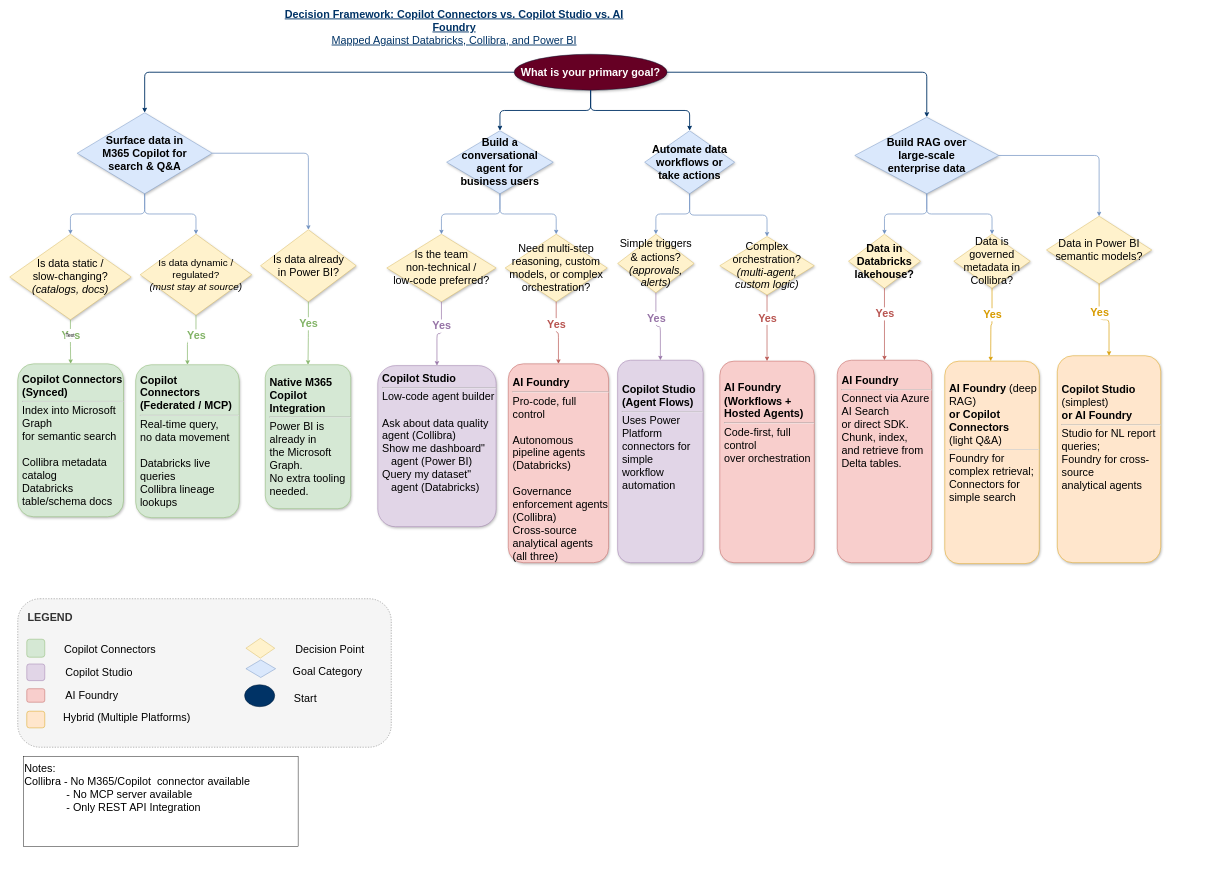
Earlier version of the draw.io diagram Hershey_AIAgent_Decision_Framework.drawio (ashokdcosta/diagrams). Source tidied: cells renumbered, new cells numbered last; positions are measured from the earlier drawing's top-left corner, leaving out a move shared by most shapes. Both pictures are drawn from the tidied source at 45%, with x=0, y=0 at pixel (9, 14).
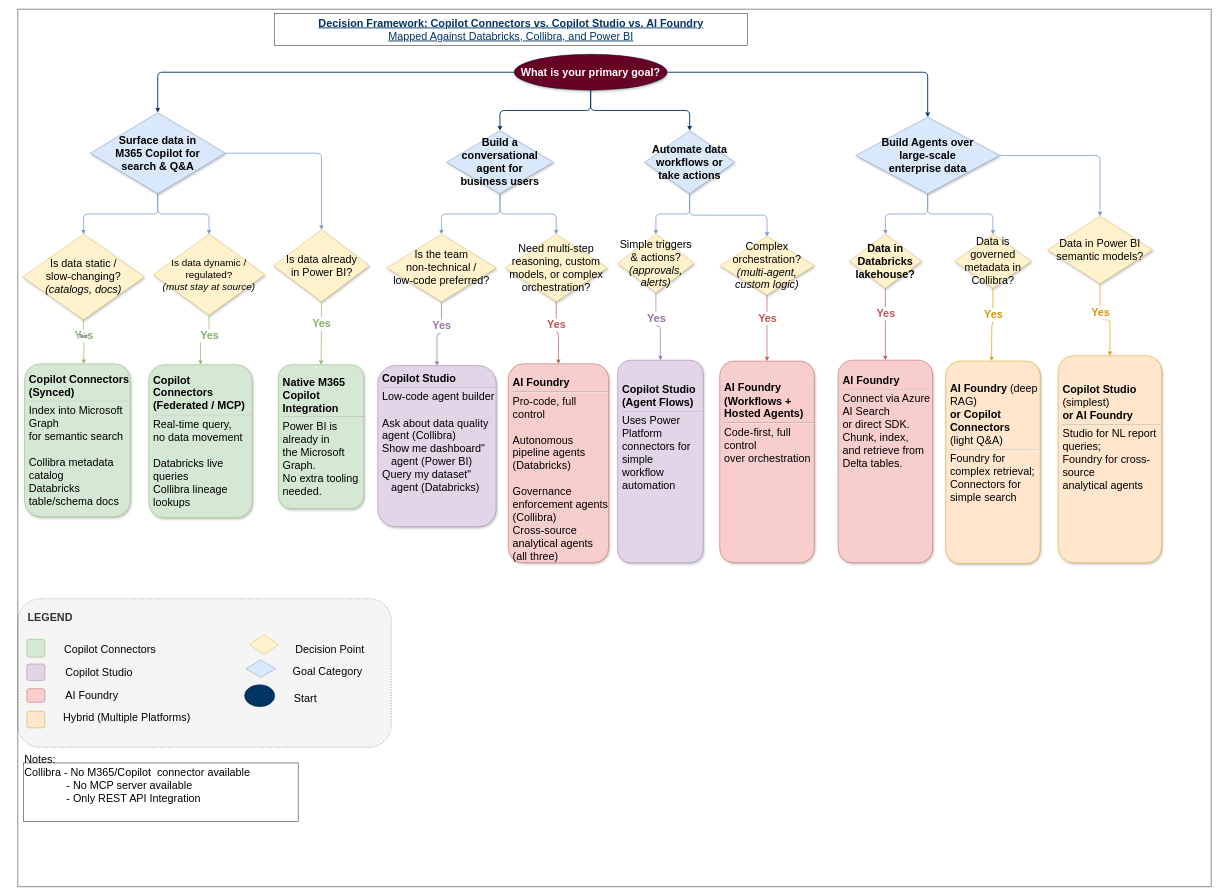
The same page after the edit.

Diff of the diagram source:
```diff
@@
-    <mxCell id="2" value="&lt;font style=&quot;font-size: 24px;&quot;&gt;&lt;u&gt;&lt;b&gt;Decision Framework: Copilot Connectors vs. Copilot Studio vs. AI Foundry&lt;/b&gt;&lt;br&gt;Mapped Against Databricks, Collibra, and Power BI&lt;/u&gt;&lt;/font&gt;" style="text;html=1;align=center;verticalAlign=middle;whiteSpace=wrap;fontSize=18;fontColor=#003366;" parent="1" vertex="1">
-      <mxGeometry x="588" width="800" height="60" as="geometry" />
+    <mxCell id="2" value="&lt;font style=&quot;font-size: 24px;&quot;&gt;&lt;u&gt;&lt;b&gt;Decision Framework: Copilot Connectors vs. Copilot Studio vs. AI Foundry&lt;/b&gt;&lt;br&gt;Mapped Against Databricks, Collibra, and Power BI&lt;/u&gt;&lt;/font&gt;" style="text;html=1;align=center;verticalAlign=middle;whiteSpace=wrap;fontSize=18;fontColor=#003366;strokeColor=default;" parent="1" vertex="1">
+      <mxGeometry x="588" width="1052" height="70" as="geometry" />
     </mxCell>
@@
     <mxCell id="4" value="&lt;b&gt;&lt;font style=&quot;font-size: 24px;&quot;&gt;Surface data in&lt;br&gt;M365 Copilot for&lt;br&gt;search &amp;amp; Q&amp;amp;A&lt;/font&gt;&lt;/b&gt;" style="rhombus;whiteSpace=wrap;html=1;fillColor=#DAE8FC;strokeColor=#6C8EBF;fontSize=11;shadow=1;" parent="1" vertex="1">
-      <mxGeometry x="150" y="220" width="300" height="180" as="geometry" />
+      <mxGeometry x="179" y="220" width="300" height="180" as="geometry" />
     </mxCell>
@@
-    <mxCell id="10" value="&lt;b&gt;&lt;font style=&quot;font-size: 24px;&quot;&gt;Build RAG over&lt;br&gt;large-scale&lt;br&gt;enterprise data&lt;/font&gt;&lt;/b&gt;" style="rhombus;whiteSpace=wrap;html=1;fillColor=#DAE8FC;strokeColor=#6C8EBF;fontSize=11;shadow=1;" parent="1" vertex="1">
-      <mxGeometry x="1878" y="230" width="320" height="170" as="geometry" />
+    <mxCell id="10" value="&lt;b&gt;&lt;font style=&quot;font-size: 24px;&quot;&gt;Build Agents over&lt;br&gt;large-scale&lt;br&gt;enterprise data&lt;/font&gt;&lt;/b&gt;" style="rhombus;whiteSpace=wrap;html=1;fillColor=#DAE8FC;strokeColor=#6C8EBF;fontSize=11;shadow=1;" parent="1" vertex="1">
+      <mxGeometry x="1880" y="230" width="320" height="170" as="geometry" />
     </mxCell>
@@
     <mxCell id="12" value="&lt;font style=&quot;font-size: 24px;&quot;&gt;Is data static /&lt;br&gt;slow-changing?&lt;br&gt;&lt;i style=&quot;&quot;&gt;(catalogs, docs)&lt;/i&gt;&lt;/font&gt;" style="rhombus;whiteSpace=wrap;html=1;fillColor=#FFF2CC;strokeColor=#D6B656;fontSize=10;shadow=1;" parent="1" vertex="1">
-      <mxGeometry y="490" width="270" height="190" as="geometry" />
+      <mxGeometry x="29" y="490" width="270" height="190" as="geometry" />
     </mxCell>
@@
     <mxCell id="14" value="&lt;font style=&quot;font-size: 22px;&quot;&gt;Is data dynamic /&lt;br&gt;regulated?&lt;br&gt;&lt;i style=&quot;&quot;&gt;(must stay at source)&lt;/i&gt;&lt;/font&gt;" style="rhombus;whiteSpace=wrap;html=1;fillColor=#FFF2CC;strokeColor=#D6B656;fontSize=10;shadow=1;" parent="1" vertex="1">
-      <mxGeometry x="290" y="490" width="248" height="180" as="geometry" />
+      <mxGeometry x="319" y="490" width="248" height="180" as="geometry" />
     </mxCell>
@@
     <mxCell id="16" value="&lt;font style=&quot;font-size: 24px;&quot;&gt;Is data already&lt;br&gt;in Power BI?&lt;/font&gt;" style="rhombus;whiteSpace=wrap;html=1;fillColor=#FFF2CC;strokeColor=#D6B656;fontSize=10;shadow=1;" parent="1" vertex="1">
-      <mxGeometry x="557.5" y="480" width="212.5" height="160" as="geometry" />
+      <mxGeometry x="586.5" y="480" width="212.5" height="160" as="geometry" />
     </mxCell>
@@
     <mxCell id="18" value="&lt;b&gt;&lt;font style=&quot;font-size: 24px;&quot;&gt;Copilot Connectors&lt;br&gt;(Synced)&lt;/font&gt;&lt;/b&gt;&lt;hr&gt;&lt;font style=&quot;font-size: 24px;&quot;&gt;Index into Microsoft Graph&lt;br&gt;for semantic search&lt;br&gt;&lt;br&gt;Collibra metadata catalog&lt;br&gt;Databricks table/schema docs&lt;/font&gt;" style="rounded=1;whiteSpace=wrap;html=1;fillColor=#D5E8D4;strokeColor=#82B366;fontSize=10;shadow=1;align=left;spacingLeft=8;" parent="1" vertex="1">
-      <mxGeometry x="18" y="778" width="235" height="340" as="geometry" />
+      <mxGeometry x="33" y="778" width="235" height="340" as="geometry" />
     </mxCell>
-    <mxCell id="19" style="edgeStyle=orthogonalEdgeStyle;rounded=1;jettySize=auto;html=1;strokeWidth=1.5;strokeColor=#82B366;" parent="1" edge="1" source="12" target="18">
-      <mxGeometry relative="1" as="geometry" />
+    <mxCell id="19" style="edgeStyle=orthogonalEdgeStyle;rounded=1;jettySize=auto;html=1;strokeWidth=1.5;strokeColor=#82B366;" parent="1" edge="1" source="12">
+      <mxGeometry relative="1" as="geometry">
+        <mxPoint x="164.6" y="778" as="targetPoint" />
+      </mxGeometry>
     </mxCell>
@@
     <mxCell id="22" value="&lt;b&gt;&lt;font style=&quot;font-size: 24px;&quot;&gt;Copilot Connectors&lt;br&gt;(Federated / MCP)&lt;/font&gt;&lt;/b&gt;&lt;hr&gt;&lt;font style=&quot;font-size: 24px;&quot;&gt;Real-time query,&lt;br&gt;no data movement&lt;br&gt;&lt;br&gt;Databricks live queries&lt;br&gt;Collibra lineage lookups&lt;/font&gt;" style="rounded=1;whiteSpace=wrap;html=1;fillColor=#D5E8D4;strokeColor=#82B366;fontSize=10;shadow=1;align=left;spacingLeft=8;" parent="1" vertex="1">
-      <mxGeometry x="280" y="780" width="230" height="340" as="geometry" />
+      <mxGeometry x="309" y="780" width="230" height="340" as="geometry" />
     </mxCell>
@@
     <mxCell id="25" value="&lt;b&gt;&lt;font style=&quot;font-size: 24px;&quot;&gt;Native M365&lt;br&gt;Copilot Integration&lt;/font&gt;&lt;/b&gt;&lt;hr&gt;&lt;font style=&quot;font-size: 24px;&quot;&gt;Power BI is already in&lt;br&gt;the Microsoft Graph.&lt;br&gt;No extra tooling needed.&lt;/font&gt;" style="rounded=1;whiteSpace=wrap;html=1;fillColor=#D5E8D4;strokeColor=#82B366;fontSize=10;shadow=1;align=left;spacingLeft=8;" parent="1" vertex="1">
-      <mxGeometry x="568" y="780" width="190" height="320" as="geometry" />
+      <mxGeometry x="597" y="780" width="190" height="320" as="geometry" />
     </mxCell>
@@
     <mxCell id="48" value="&lt;b&gt;&lt;font style=&quot;font-size: 24px;&quot;&gt;Data in Databricks&lt;br&gt;lakehouse?&lt;/font&gt;&lt;/b&gt;" style="rhombus;whiteSpace=wrap;html=1;fillColor=#FFF2CC;strokeColor=#D6B656;fontSize=10;shadow=1;" parent="1" vertex="1">
-      <mxGeometry x="1864" y="490" width="160" height="120" as="geometry" />
+      <mxGeometry x="1866" y="490" width="160" height="120" as="geometry" />
     </mxCell>
@@
     <mxCell id="50" value="&lt;font style=&quot;font-size: 24px;&quot;&gt;Data is governed&lt;br&gt;metadata in Collibra?&lt;/font&gt;" style="rhombus;whiteSpace=wrap;html=1;fillColor=#FFF2CC;strokeColor=#D6B656;fontSize=10;shadow=1;" parent="1" vertex="1">
-      <mxGeometry x="2098" y="490" width="170" height="120" as="geometry" />
+      <mxGeometry x="2100" y="490" width="170" height="120" as="geometry" />
     </mxCell>
@@
     <mxCell id="52" value="&lt;font style=&quot;font-size: 24px;&quot;&gt;Data in Power BI&lt;br&gt;semantic models?&lt;/font&gt;" style="rhombus;whiteSpace=wrap;html=1;fillColor=#FFF2CC;strokeColor=#D6B656;fontSize=10;shadow=1;" parent="1" vertex="1">
-      <mxGeometry x="2304" y="450" width="234" height="150" as="geometry" />
+      <mxGeometry x="2306" y="450" width="234" height="150" as="geometry" />
     </mxCell>
@@
     <mxCell id="54" value="&lt;div&gt;&lt;b&gt;&lt;font style=&quot;font-size: 24px;&quot;&gt;&lt;br&gt;&lt;/font&gt;&lt;/b&gt;&lt;/div&gt;&lt;div&gt;&lt;b&gt;&lt;font style=&quot;font-size: 24px;&quot;&gt;&lt;br&gt;&lt;/font&gt;&lt;/b&gt;&lt;/div&gt;&lt;div&gt;&lt;b&gt;&lt;font style=&quot;font-size: 24px;&quot;&gt;&lt;br&gt;&lt;/font&gt;&lt;/b&gt;&lt;/div&gt;&lt;b&gt;&lt;font style=&quot;font-size: 24px;&quot;&gt;&lt;div&gt;&lt;b&gt;&lt;font style=&quot;font-size: 24px;&quot;&gt;&lt;br&gt;&lt;/font&gt;&lt;/b&gt;&lt;/div&gt;&lt;div&gt;&lt;b&gt;&lt;font style=&quot;font-size: 24px;&quot;&gt;&lt;br&gt;&lt;/font&gt;&lt;/b&gt;&lt;/div&gt;&lt;div&gt;&lt;b&gt;&lt;font style=&quot;font-size: 24px;&quot;&gt;&lt;br&gt;&lt;/font&gt;&lt;/b&gt;&lt;/div&gt;&lt;div&gt;&lt;b&gt;&lt;font style=&quot;font-size: 24px;&quot;&gt;&lt;br&gt;&lt;/font&gt;&lt;/b&gt;&lt;/div&gt;&lt;div&gt;&lt;b&gt;&lt;font style=&quot;font-size: 24px;&quot;&gt;&lt;br&gt;&lt;/font&gt;&lt;/b&gt;&lt;/div&gt;&lt;div&gt;&lt;b&gt;&lt;font style=&quot;font-size: 24px;&quot;&gt;&lt;br&gt;&lt;/font&gt;&lt;/b&gt;&lt;/div&gt;&lt;div&gt;&lt;b&gt;&lt;font style=&quot;font-size: 24px;&quot;&gt;&lt;br&gt;&lt;/font&gt;&lt;/b&gt;&lt;/div&gt;&lt;div&gt;&lt;b&gt;&lt;font style=&quot;font-size: 24px;&quot;&gt;&lt;br&gt;&lt;/font&gt;&lt;/b&gt;&lt;/div&gt;&lt;div&gt;&lt;b&gt;&lt;font style=&quot;font-size: 24px;&quot;&gt;&lt;br&gt;&lt;/font&gt;&lt;/b&gt;&lt;/div&gt;&lt;div&gt;&lt;b&gt;&lt;font style=&quot;font-size: 24px;&quot;&gt;&lt;br&gt;&lt;/font&gt;&lt;/b&gt;&lt;/div&gt;AI Foundry&lt;/font&gt;&lt;/b&gt;&lt;hr&gt;&lt;font style=&quot;font-size: 24px;&quot;&gt;Connect via Azure AI Search&lt;br&gt;or direct SDK. Chunk, index,&lt;br&gt;and retrieve from Delta tables.&lt;/font&gt;&lt;div&gt;&lt;font size=&quot;3&quot;&gt;&lt;br&gt;&lt;/font&gt;&lt;/div&gt;&lt;div&gt;&lt;font size=&quot;3&quot;&gt;&lt;br&gt;&lt;/font&gt;&lt;/div&gt;&lt;div&gt;&lt;font size=&quot;3&quot;&gt;&lt;br&gt;&lt;/font&gt;&lt;/div&gt;&lt;div&gt;&lt;font size=&quot;3&quot;&gt;&lt;br&gt;&lt;/font&gt;&lt;/div&gt;&lt;div&gt;&lt;font size=&quot;3&quot;&gt;&lt;br&gt;&lt;/font&gt;&lt;/div&gt;&lt;div&gt;&lt;font size=&quot;3&quot;&gt;&lt;br&gt;&lt;/font&gt;&lt;/div&gt;&lt;div&gt;&lt;font size=&quot;3&quot;&gt;&lt;br&gt;&lt;/font&gt;&lt;/div&gt;&lt;div&gt;&lt;font size=&quot;3&quot;&gt;&lt;br&gt;&lt;/font&gt;&lt;/div&gt;&lt;div&gt;&lt;font size=&quot;3&quot;&gt;&lt;br&gt;&lt;/font&gt;&lt;/div&gt;&lt;div&gt;&lt;font size=&quot;3&quot;&gt;&lt;br&gt;&lt;/font&gt;&lt;/div&gt;&lt;div&gt;&lt;font size=&quot;3&quot;&gt;&lt;br&gt;&lt;/font&gt;&lt;/div&gt;&lt;div&gt;&lt;font size=&quot;3&quot;&gt;&lt;br&gt;&lt;/font&gt;&lt;/div&gt;&lt;div&gt;&lt;font size=&quot;3&quot;&gt;&lt;br&gt;&lt;/font&gt;&lt;/div&gt;&lt;div&gt;&lt;font size=&quot;3&quot;&gt;&lt;br&gt;&lt;/font&gt;&lt;/div&gt;&lt;div&gt;&lt;font size=&quot;3&quot;&gt;&lt;br&gt;&lt;/font&gt;&lt;/div&gt;&lt;div&gt;&lt;font size=&quot;3&quot;&gt;&lt;br&gt;&lt;/font&gt;&lt;/div&gt;&lt;div&gt;&lt;font size=&quot;3&quot;&gt;&lt;br&gt;&lt;/font&gt;&lt;/div&gt;&lt;div&gt;&lt;font size=&quot;3&quot;&gt;&lt;br&gt;&lt;/font&gt;&lt;/div&gt;&lt;div&gt;&lt;font size=&quot;3&quot;&gt;&lt;br&gt;&lt;/font&gt;&lt;/div&gt;&lt;div&gt;&lt;font size=&quot;3&quot;&gt;&lt;br&gt;&lt;/font&gt;&lt;/div&gt;&lt;div&gt;&lt;font size=&quot;3&quot;&gt;&lt;br&gt;&lt;/font&gt;&lt;/div&gt;&lt;div&gt;&lt;font size=&quot;3&quot;&gt;&lt;br&gt;&lt;/font&gt;&lt;/div&gt;&lt;div&gt;&lt;font size=&quot;3&quot;&gt;&lt;br&gt;&lt;/font&gt;&lt;/div&gt;&lt;div&gt;&lt;font size=&quot;3&quot;&gt;&lt;br&gt;&lt;/font&gt;&lt;/div&gt;&lt;div&gt;&lt;font size=&quot;3&quot;&gt;&lt;br&gt;&lt;/font&gt;&lt;/div&gt;&lt;div&gt;&lt;font size=&quot;3&quot;&gt;&lt;br&gt;&lt;/font&gt;&lt;/div&gt;&lt;div&gt;&lt;font size=&quot;3&quot;&gt;&lt;br&gt;&lt;/font&gt;&lt;/div&gt;&lt;div&gt;&lt;font size=&quot;3&quot;&gt;&lt;br&gt;&lt;/font&gt;&lt;/div&gt;&lt;div&gt;&lt;br&gt;&lt;/div&gt;" style="rounded=1;whiteSpace=wrap;html=1;fillColor=#F8CECC;strokeColor=#B85450;fontSize=10;shadow=1;align=left;spacingLeft=8;" parent="1" vertex="1">
-      <mxGeometry x="1839" y="770" width="210" height="450" as="geometry" />
+      <mxGeometry x="1841" y="770" width="210" height="450" as="geometry" />
     </mxCell>
@@
     <mxCell id="57" value="&lt;font style=&quot;font-size: 24px;&quot;&gt;&lt;b&gt;AI Foundry&lt;/b&gt; (deep RAG)&lt;br&gt;&lt;b&gt;or Copilot Connectors&lt;/b&gt;&lt;br&gt;(light Q&amp;amp;A)&lt;/font&gt;&lt;hr&gt;&lt;font style=&quot;font-size: 24px;&quot;&gt;Foundry for complex retrieval;&lt;br&gt;Connectors for simple search&lt;/font&gt;&lt;div&gt;&lt;font style=&quot;font-size: 24px;&quot;&gt;&lt;br&gt;&lt;/font&gt;&lt;/div&gt;&lt;div&gt;&lt;font style=&quot;font-size: 24px;&quot;&gt;&lt;br&gt;&lt;/font&gt;&lt;/div&gt;&lt;div&gt;&lt;font style=&quot;font-size: 24px;&quot;&gt;&lt;br&gt;&lt;/font&gt;&lt;/div&gt;" style="rounded=1;whiteSpace=wrap;html=1;fillColor=#FFE6CC;strokeColor=#D79B00;fontSize=10;shadow=1;align=left;spacingLeft=8;" parent="1" vertex="1">
-      <mxGeometry x="2078" y="772" width="210" height="450" as="geometry" />
+      <mxGeometry x="2080" y="772" width="210" height="450" as="geometry" />
     </mxCell>
     <mxCell id="58" value="&lt;font style=&quot;font-size: 24px;&quot;&gt;&lt;b style=&quot;&quot;&gt;Copilot Studio&lt;/b&gt; (simplest)&lt;br&gt;&lt;b style=&quot;&quot;&gt;or AI Foundry&lt;/b&gt;&lt;/font&gt;&lt;hr&gt;&lt;font style=&quot;font-size: 24px;&quot;&gt;Studio for NL report queries;&lt;br&gt;Foundry for cross-source&lt;br&gt;analytical agents&lt;/font&gt;&lt;div&gt;&lt;font size=&quot;3&quot;&gt;&lt;br&gt;&lt;/font&gt;&lt;/div&gt;&lt;div&gt;&lt;font size=&quot;3&quot;&gt;&lt;br&gt;&lt;/font&gt;&lt;/div&gt;&lt;div&gt;&lt;font size=&quot;3&quot;&gt;&lt;br&gt;&lt;/font&gt;&lt;/div&gt;&lt;div&gt;&lt;font size=&quot;3&quot;&gt;&lt;br&gt;&lt;/font&gt;&lt;/div&gt;&lt;div&gt;&lt;font size=&quot;3&quot;&gt;&lt;br&gt;&lt;/font&gt;&lt;/div&gt;" style="rounded=1;whiteSpace=wrap;html=1;fillColor=#FFE6CC;strokeColor=#D79B00;fontSize=10;shadow=1;align=left;spacingLeft=8;" parent="1" vertex="1">
-      <mxGeometry x="2328" y="760" width="230" height="460" as="geometry" />
+      <mxGeometry x="2330" y="760" width="230" height="460" as="geometry" />
     </mxCell>
@@
-    <mxCell id="71" style="rhombus;whiteSpace=wrap;html=1;fillColor=#FFF2CC;strokeColor=#D6B656;" parent="1" vertex="1">
-      <mxGeometry x="525" y="1388" width="64" height="44" as="geometry" />
-    </mxCell>
@@
     <mxCell id="77" style="edgeStyle=orthogonalEdgeStyle;rounded=1;jettySize=auto;html=1;strokeWidth=1.5;strokeColor=#D79B00;exitX=0.5;exitY=1;exitDx=0;exitDy=0;" parent="1" edge="1" source="50">
       <mxGeometry relative="1" as="geometry">
-        <mxPoint x="2180" y="772" as="targetPoint" />
+        <mxPoint x="2182" y="772" as="targetPoint" />
       </mxGeometry>
     </mxCell>
@@
     <mxCell id="79" value="&lt;font style=&quot;font-size: 24px;&quot;&gt;Notes:&amp;nbsp;&lt;/font&gt;&lt;div&gt;&lt;font style=&quot;font-size: 24px;&quot;&gt;Collibra - No M365/Copilot&amp;nbsp; connector available&lt;/font&gt;&lt;/div&gt;&lt;div&gt;&lt;span style=&quot;font-size: 24px;&quot;&gt;&amp;nbsp; &amp;nbsp; &amp;nbsp; &amp;nbsp; &amp;nbsp; &amp;nbsp; &amp;nbsp; - No MCP server available&amp;nbsp;&lt;/span&gt;&lt;/div&gt;&lt;div&gt;&lt;span style=&quot;font-size: 24px;&quot;&gt;&amp;nbsp;&lt;/span&gt;&lt;span style=&quot;font-size: 24px; background-color: transparent; color: light-dark(rgb(0, 0, 0), rgb(255, 255, 255));&quot;&gt;&amp;nbsp; &amp;nbsp; &amp;nbsp; &amp;nbsp; &amp;nbsp; &amp;nbsp; &amp;nbsp;- Only REST API Integration&amp;nbsp;&lt;/span&gt;&lt;/div&gt;&lt;div&gt;&lt;span style=&quot;font-size: 24px;&quot;&gt;&lt;br&gt;&lt;/span&gt;&lt;div&gt;&lt;span style=&quot;font-size: 24px; background-color: transparent; color: light-dark(rgb(0, 0, 0), rgb(255, 255, 255));&quot;&gt;&amp;nbsp;&lt;/span&gt;&lt;/div&gt;&lt;/div&gt;" style="text;html=1;whiteSpace=wrap;strokeColor=default;fillColor=none;align=left;verticalAlign=middle;rounded=0;" parent="1" vertex="1">
-      <mxGeometry x="31" y="1650" width="610" height="200" as="geometry" />
+      <mxGeometry x="31" y="1665" width="610" height="130" as="geometry" />
     </mxCell>
+    <mxCell id="80" style="swimlane;startSize=0;" parent="1" vertex="1">
+      <mxGeometry x="18" y="-10" width="2652" height="1950" as="geometry" />
+    </mxCell>
+    <mxCell id="81" style="rhombus;whiteSpace=wrap;html=1;fillColor=#FFF2CC;strokeColor=#D6B656;" parent="80" vertex="1">
+      <mxGeometry x="515" y="1390" width="64" height="44" as="geometry" />
+    </mxCell>
```
